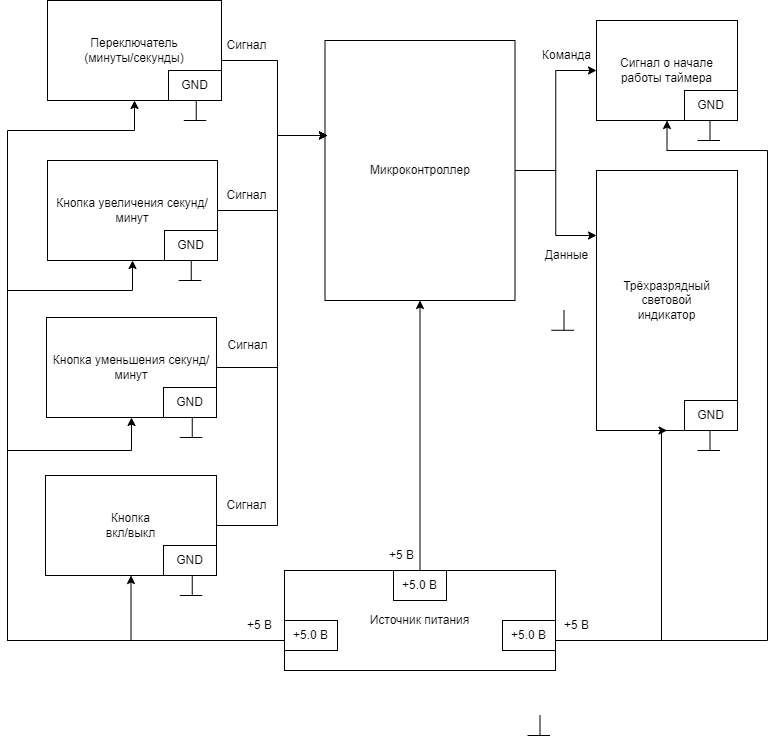
Earlier version of the draw.io export Схемыч!!!.png (IlyaFedoseev227/LABS-PNRPU-IVT-22-1b). Source tidied: cells renumbered, new cells last; positions are measured from the earlier drawing's top-left corner, leaving out a move shared by most shapes.
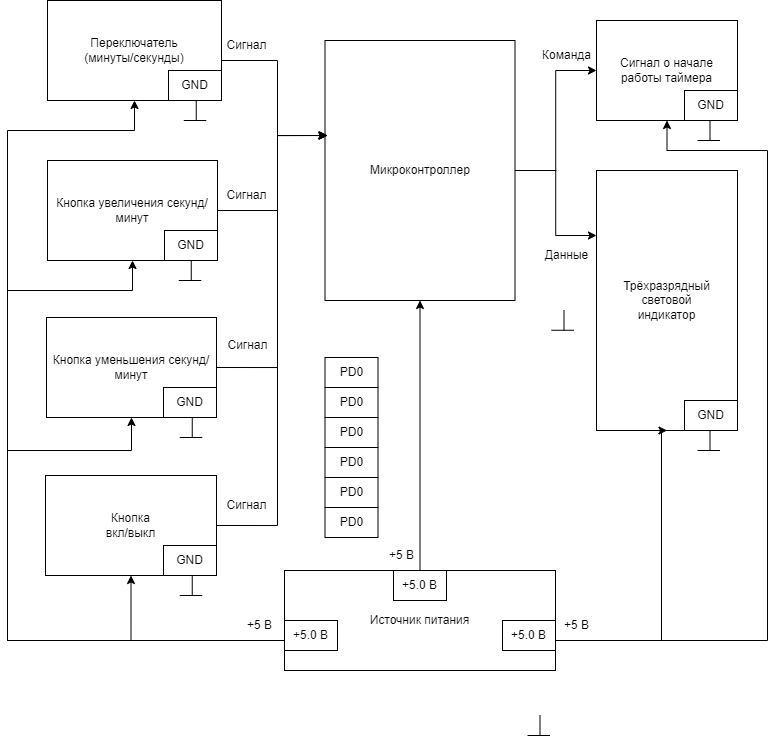
The same file after the commit.

The edit, as a diff of the source:
```diff
@@ -284,5 +284,23 @@
     <mxCell id="56" value="GND" style="rounded=0;whiteSpace=wrap;html=1;" parent="1" vertex="1">
       <mxGeometry x="677" y="90" width="53" height="30" as="geometry" />
     </mxCell>
+    <mxCell id="57" value="PD0" style="rounded=0;whiteSpace=wrap;html=1;" parent="1" vertex="1">
+      <mxGeometry x="317.5" y="357" width="53" height="30" as="geometry" />
+    </mxCell>
+    <mxCell id="58" value="PD0" style="rounded=0;whiteSpace=wrap;html=1;" parent="1" vertex="1">
+      <mxGeometry x="317.5" y="387" width="53" height="30" as="geometry" />
+    </mxCell>
+    <mxCell id="59" value="PD0" style="rounded=0;whiteSpace=wrap;html=1;" parent="1" vertex="1">
+      <mxGeometry x="317.5" y="417" width="53" height="30" as="geometry" />
+    </mxCell>
+    <mxCell id="60" value="PD0" style="rounded=0;whiteSpace=wrap;html=1;" parent="1" vertex="1">
+      <mxGeometry x="317.5" y="447" width="53" height="30" as="geometry" />
+    </mxCell>
+    <mxCell id="61" value="PD0" style="rounded=0;whiteSpace=wrap;html=1;" parent="1" vertex="1">
+      <mxGeometry x="317.5" y="477" width="53" height="30" as="geometry" />
+    </mxCell>
+    <mxCell id="62" value="PD0" style="rounded=0;whiteSpace=wrap;html=1;" parent="1" vertex="1">
+      <mxGeometry x="317.5" y="507" width="53" height="30" as="geometry" />
+    </mxCell>
   </root>
 </mxGraphModel>
```
